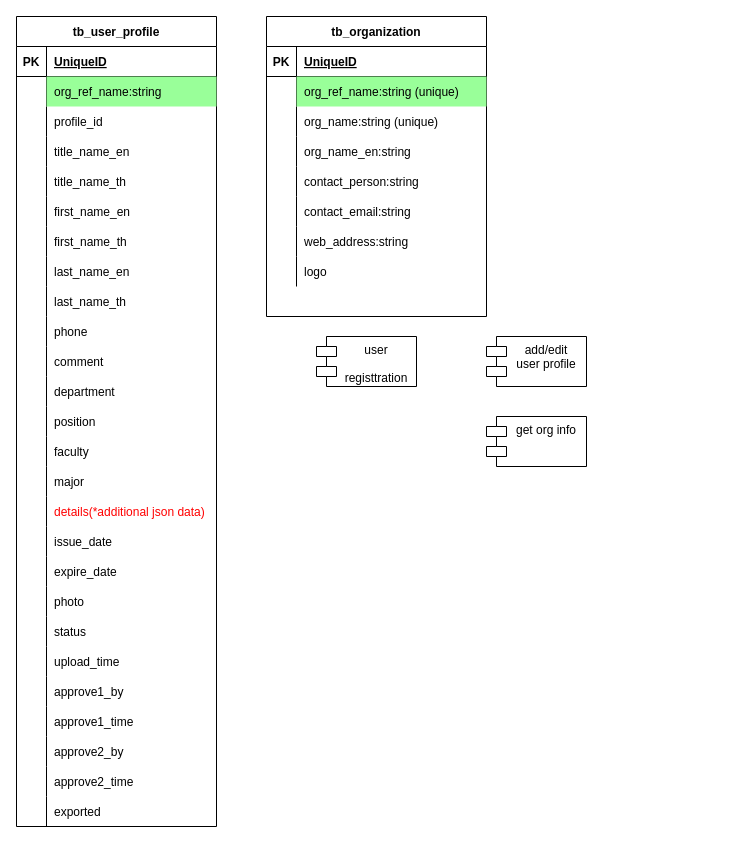
Above: page "Photo management" (3 of 4) of SmartPhotoID.drawio in delphihero/MyDocument (draw.io), before the change. Source tidied: cells renumbered, new cells numbered last; positions are measured from the earlier drawing's top-left corner, leaving out a move shared by most shapes. Both pictures are drawn from the tidied source at 100%, with x=0, y=0 at pixel (16, 16).
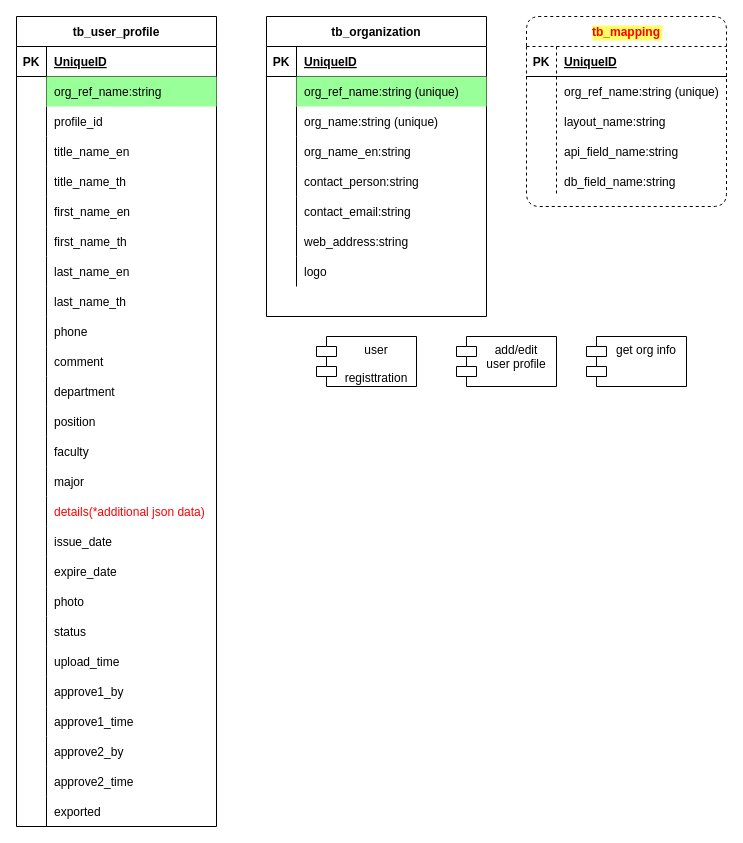
The same page after the edit.

Change to the diagram source:
```diff
@@
     <mxCell id="107" value="add/edit&#10;user profile&#10;" style="shape=module;align=left;spacingLeft=20;align=center;verticalAlign=top;" parent="1" vertex="1">
-      <mxGeometry x="470" y="320" width="100" height="50" as="geometry" />
+      <mxGeometry x="440" y="320" width="100" height="50" as="geometry" />
     </mxCell>
     <mxCell id="108" value="get org info" style="shape=module;align=left;spacingLeft=20;align=center;verticalAlign=top;" parent="1" vertex="1">
-      <mxGeometry x="470" y="400" width="100" height="50" as="geometry" />
+      <mxGeometry x="570" y="320" width="100" height="50" as="geometry" />
     </mxCell>
+    <mxCell id="109" value="tb_mapping" style="shape=table;startSize=30;childLayout=tableLayout;rowLines=0;fontStyle=1;align=center;rounded=1;dashed=1;labelBackgroundColor=#FFFF66;fontColor=#FF0000;fillColor=none;" parent="1" vertex="1">
+      <mxGeometry x="510" width="200" height="190" as="geometry" />
+    </mxCell>
+    <mxCell id="110" style="shape=partialRectangle;fillColor=none;top=0;left=0;bottom=1;right=0;" parent="109" vertex="1">
+      <mxGeometry y="30" width="200" height="30" as="geometry" />
+    </mxCell>
+    <mxCell id="111" value="PK" style="shape=partialRectangle;fillColor=none;top=0;left=0;bottom=0;right=0;fontStyle=1;overflow=hidden;" parent="110" vertex="1">
+      <mxGeometry width="30" height="30" as="geometry" />
+    </mxCell>
+    <mxCell id="112" value="UniqueID" style="shape=partialRectangle;fillColor=none;top=0;left=0;bottom=0;right=0;align=left;spacingLeft=6;fontStyle=5;overflow=hidden;" parent="110" vertex="1">
+      <mxGeometry x="30" width="170" height="30" as="geometry" />
+    </mxCell>
+    <mxCell id="113" style="shape=partialRectangle;fillColor=none;top=0;left=0;bottom=0;right=0;" parent="109" vertex="1">
+      <mxGeometry y="60" width="200" height="30" as="geometry" />
+    </mxCell>
+    <mxCell id="114" style="shape=partialRectangle;fillColor=none;top=0;left=0;bottom=0;right=0;overflow=hidden;" parent="113" vertex="1">
+      <mxGeometry width="30" height="30" as="geometry" />
+    </mxCell>
+    <mxCell id="115" value="org_ref_name:string (unique)" style="shape=partialRectangle;fillColor=none;top=0;left=0;bottom=0;right=0;align=left;spacingLeft=6;overflow=hidden;" parent="113" vertex="1">
+      <mxGeometry x="30" width="170" height="30" as="geometry" />
+    </mxCell>
+    <mxCell id="116" style="shape=partialRectangle;fillColor=none;top=0;left=0;bottom=0;right=0;" parent="109" vertex="1">
+      <mxGeometry y="90" width="200" height="30" as="geometry" />
+    </mxCell>
+    <mxCell id="117" style="shape=partialRectangle;fillColor=none;top=0;left=0;bottom=0;right=0;overflow=hidden;" parent="116" vertex="1">
+      <mxGeometry width="30" height="30" as="geometry" />
+    </mxCell>
+    <mxCell id="118" value="layout_name:string" style="shape=partialRectangle;fillColor=none;top=0;left=0;bottom=0;right=0;align=left;spacingLeft=6;overflow=hidden;" parent="116" vertex="1">
+      <mxGeometry x="30" width="170" height="30" as="geometry" />
+    </mxCell>
+    <mxCell id="119" style="shape=partialRectangle;fillColor=none;top=0;left=0;bottom=0;right=0;" parent="109" vertex="1">
+      <mxGeometry y="120" width="200" height="30" as="geometry" />
+    </mxCell>
+    <mxCell id="120" style="shape=partialRectangle;fillColor=none;top=0;left=0;bottom=0;right=0;overflow=hidden;" parent="119" vertex="1">
+      <mxGeometry width="30" height="30" as="geometry" />
+    </mxCell>
+    <mxCell id="121" value="api_field_name:string" style="shape=partialRectangle;fillColor=none;top=0;left=0;bottom=0;right=0;align=left;spacingLeft=6;overflow=hidden;" parent="119" vertex="1">
+      <mxGeometry x="30" width="170" height="30" as="geometry" />
+    </mxCell>
+    <mxCell id="122" style="shape=partialRectangle;fillColor=none;top=0;left=0;bottom=0;right=0;" parent="109" vertex="1">
+      <mxGeometry y="150" width="200" height="30" as="geometry" />
+    </mxCell>
+    <mxCell id="123" style="shape=partialRectangle;fillColor=none;top=0;left=0;bottom=0;right=0;overflow=hidden;" parent="122" vertex="1">
+      <mxGeometry width="30" height="30" as="geometry" />
+    </mxCell>
+    <mxCell id="124" value="db_field_name:string" style="shape=partialRectangle;fillColor=none;top=0;left=0;bottom=0;right=0;align=left;spacingLeft=6;overflow=hidden;" parent="122" vertex="1">
+      <mxGeometry x="30" width="170" height="30" as="geometry" />
+    </mxCell>
```
